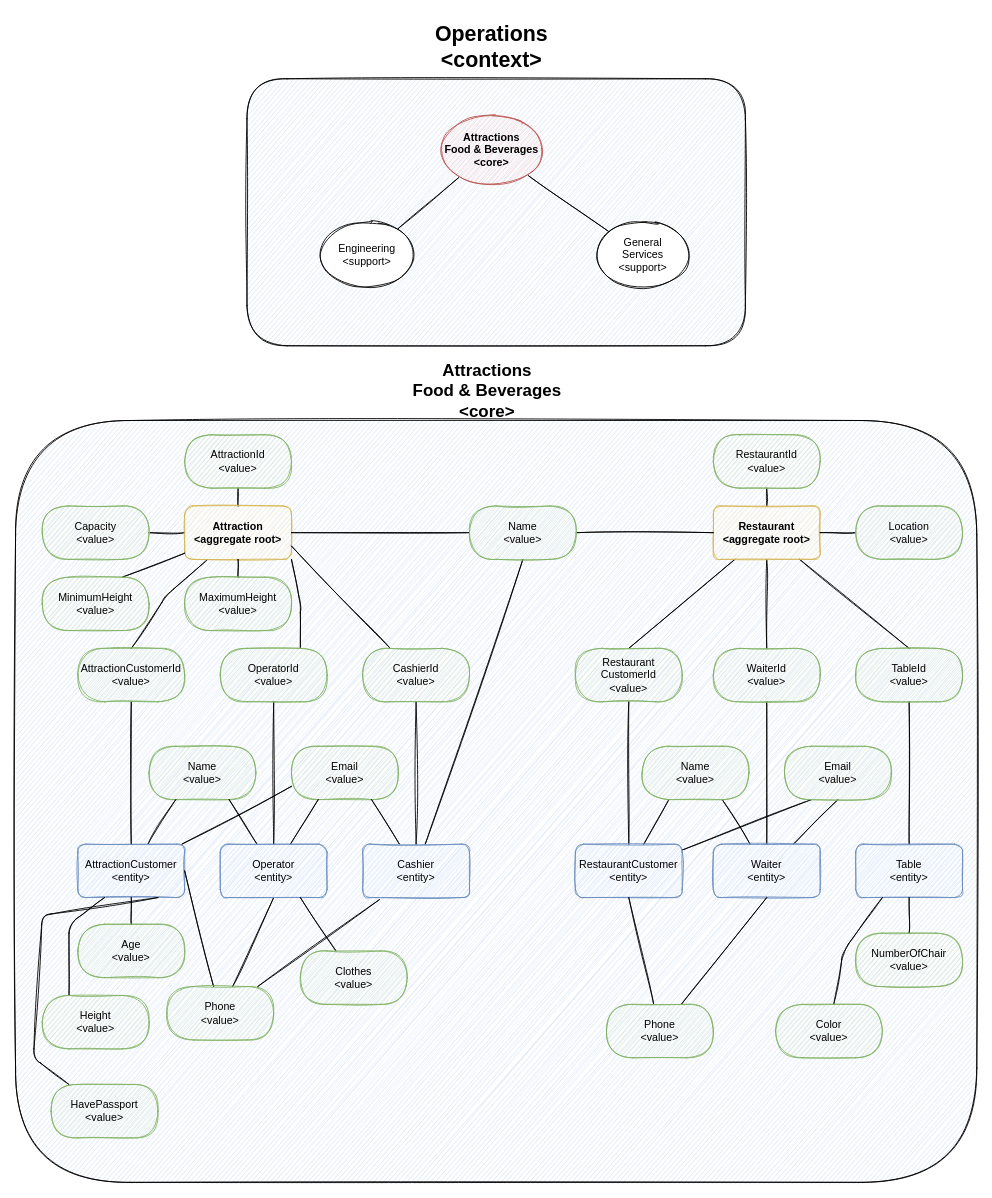
johnnycastro72/corparques keeps this draw.io diagram as page "Context & Core Subdomain" (2 of 4) of Corparques DM.drawio. Above is the earlier version. Source tidied: cells renumbered, new cells numbered last; positions are measured from the earlier drawing's top-left corner, leaving out a move shared by most shapes. Both pictures are drawn from the tidied source at 89%, with x=0, y=0 at pixel (15, 15).
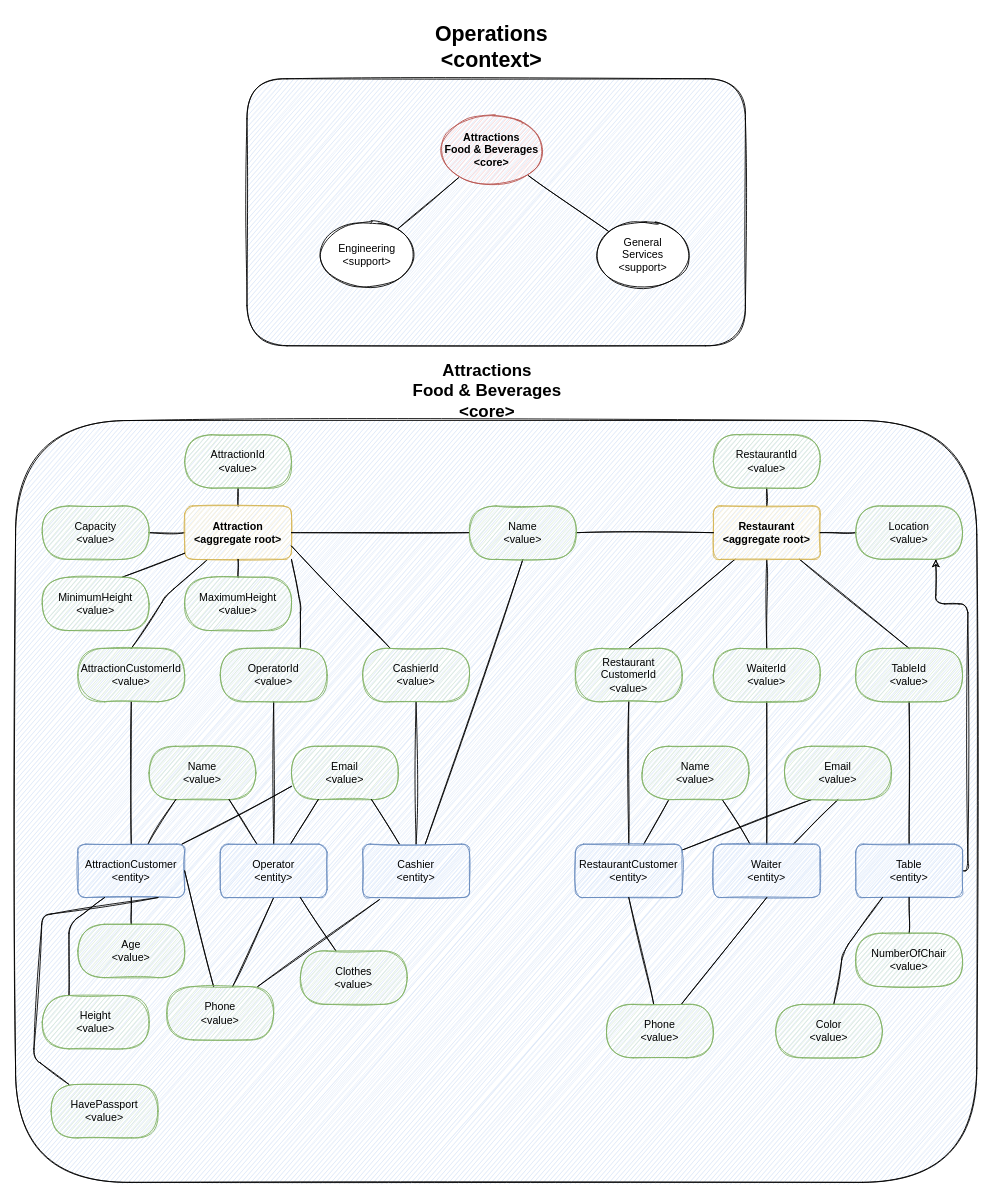
The same page after the edit.

The change refers to these unchanged cells:
```xml
<mxCell id="59" value="Location&lt;br&gt;&amp;lt;value&amp;gt;" style="rounded=1;whiteSpace=wrap;html=1;sketch=1;fillColor=#d5e8d4;strokeColor=#82b366;arcSize=50;" parent="1" vertex="1">
  <mxGeometry x="944" y="551" width="120" height="60" as="geometry" />
</mxCell>
<mxCell id="65" value="Table&lt;br&gt;&amp;lt;entity&amp;gt;" style="rounded=1;whiteSpace=wrap;html=1;sketch=1;fillColor=#dae8fc;strokeColor=#6c8ebf;" parent="1" vertex="1">
  <mxGeometry x="944" y="931" width="120" height="60" as="geometry" />
</mxCell>
```

What changed in the source:
```diff
@@
+    <mxCell id="85" style="edgeStyle=orthogonalEdgeStyle;sketch=1;jettySize=auto;html=1;entryX=0.75;entryY=1;entryDx=0;entryDy=0;fontSize=19;endArrow=classic;endFill=1;" parent="1" edge="1" source="65" target="59">
+      <mxGeometry relative="1" as="geometry">
+        <Array as="points">
+          <mxPoint x="1070" y="961" />
+          <mxPoint x="1070" y="661" />
+          <mxPoint x="1034" y="661" />
+        </Array>
+      </mxGeometry>
+    </mxCell>
```
